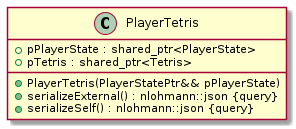
The PlantUML diagram res/uml/class/PlayerTetrisClass.png in ulb-info2-group5/Royal-Blocks, before a commit. Its source is kept beside it as doc/uml/class/game/tetris_royal_lib/PlayerTetrisClass.plantuml. Its diagram source:
```plantuml
@startuml PlayerTetrisClass






class PlayerTetris {
	+PlayerTetris(PlayerStatePtr&& pPlayerState)
	+pPlayerState : shared_ptr<PlayerState>
	+pTetris : shared_ptr<Tetris>
	+serializeExternal() : nlohmann::json {query}
	+serializeSelf() : nlohmann::json {query}
}

















@enduml
```
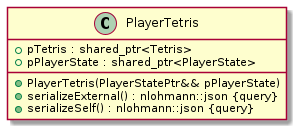
The same file after the commit.

The edit, as a diff of the source:
```diff
@@ -6,9 +6,10 @@
 
 
 class PlayerTetris {
+	+pTetris : shared_ptr<Tetris>
+	+pPlayerState : shared_ptr<PlayerState>
+
 	+PlayerTetris(PlayerStatePtr&& pPlayerState)
-	+pPlayerState : shared_ptr<PlayerState>
-	+pTetris : shared_ptr<Tetris>
 	+serializeExternal() : nlohmann::json {query}
 	+serializeSelf() : nlohmann::json {query}
 }
```
